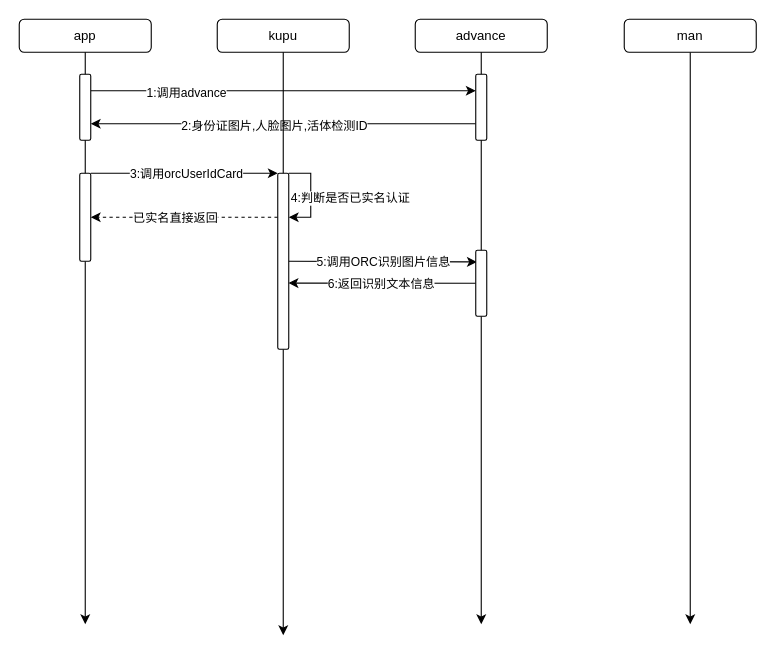
The draw.io diagram Untitled Diagram.drawio in jarcn/pic, before the edit. Source tidied: cells renumbered, new cells numbered last; positions are measured from the earlier drawing's top-left corner, leaving out a move shared by most shapes. Both pictures are drawn from the tidied source at 110%, with x=0, y=0 at pixel (19, 19).
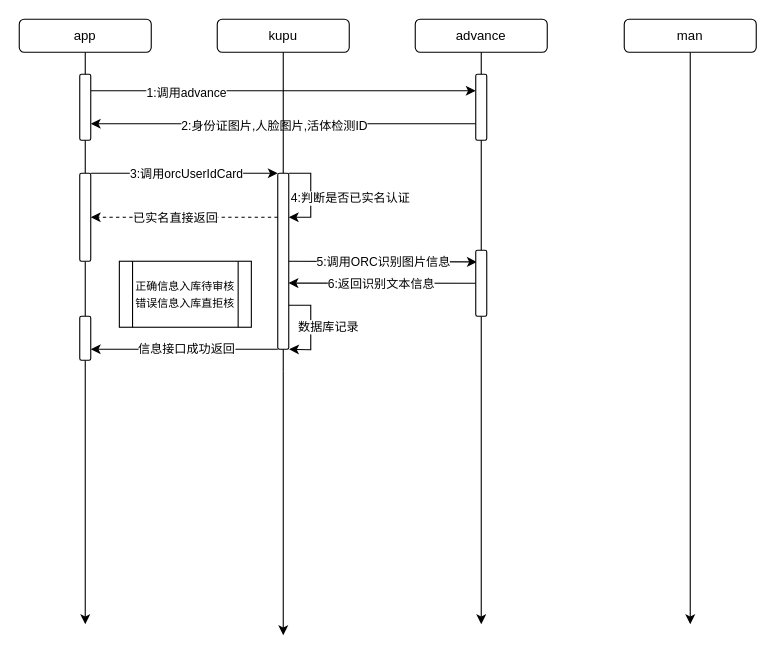
After the change.

Change to the diagram source:
```diff
@@
+    <mxCell id="34" style="rounded=0;jettySize=auto;html=1;exitX=0;exitY=1;exitDx=0;exitDy=0;entryX=1;entryY=0.75;entryDx=0;entryDy=0;" parent="1" edge="1" source="26" target="38">
+      <mxGeometry relative="1" as="geometry" />
+    </mxCell>
+    <mxCell id="35" value="信息接口成功返回" style="edgeLabel;html=1;align=center;verticalAlign=middle;" parent="34" vertex="1">
+      <mxGeometry x="0.16" relative="1" as="geometry">
+        <mxPoint x="15" as="offset" />
+      </mxGeometry>
+    </mxCell>
+    <mxCell id="26" style="rounded=1;whiteSpace=wrap;html=1;shadow=0;" parent="1" vertex="1">
+      <mxGeometry x="235" y="140" width="10" height="160" as="geometry" />
+    </mxCell>
-    <mxCell id="2" style="edgeStyle=orthogonalEdgeStyle;rounded=0;jettySize=auto;html=1;exitX=0.5;exitY=1;exitDx=0;exitDy=0;startArrow=none;" parent="1" edge="1" source="20">
+    <mxCell id="2" style="edgeStyle=orthogonalEdgeStyle;rounded=0;jettySize=auto;html=1;exitX=0.5;exitY=1;exitDx=0;exitDy=0;startArrow=none;" parent="1" edge="1" source="38">
       <mxGeometry relative="1" as="geometry">
         <mxPoint x="60" y="550" as="targetPoint" />
       </mxGeometry>
     </mxCell>
@@
-    <mxCell id="4" style="edgeStyle=orthogonalEdgeStyle;rounded=0;jettySize=auto;html=1;exitX=0.5;exitY=1;exitDx=0;exitDy=0;startArrow=none;" parent="1" edge="1" source="26">
+    <mxCell id="4" style="edgeStyle=orthogonalEdgeStyle;rounded=0;orthogonalLoop=1;jettySize=auto;html=1;startArrow=none;" parent="1" edge="1">
       <mxGeometry relative="1" as="geometry">
+        <mxPoint x="240" y="320" as="sourcePoint" />
         <mxPoint x="240" y="560" as="targetPoint" />
       </mxGeometry>
     </mxCell>
@@
-    <mxCell id="20" style="rounded=1;whiteSpace=wrap;html=1;" parent="1" vertex="1">
-      <mxGeometry x="55" y="140" width="10" height="80" as="geometry" />
-    </mxCell>
@@
-    <mxCell id="26" style="rounded=1;whiteSpace=wrap;html=1;" parent="1" vertex="1">
-      <mxGeometry x="235" y="140" width="10" height="160" as="geometry" />
-    </mxCell>
+    <mxCell id="36" value="数据库记录" style="edgeStyle=orthogonalEdgeStyle;rounded=0;jettySize=auto;html=1;exitX=1;exitY=0.75;exitDx=0;exitDy=0;" parent="1" edge="1" source="26">
+      <mxGeometry y="16" relative="1" as="geometry">
+        <mxPoint x="245.3" y="300" as="targetPoint" />
+      </mxGeometry>
+    </mxCell>
@@
+    <mxCell id="37" style="edgeStyle=orthogonalEdgeStyle;rounded=0;jettySize=auto;html=1;exitX=0.5;exitY=1;exitDx=0;exitDy=0;startArrow=none;endArrow=none;" parent="1" edge="1" source="20" target="38">
+      <mxGeometry relative="1" as="geometry" />
+    </mxCell>
+    <mxCell id="38" style="rounded=1;whiteSpace=wrap;html=1;" parent="1" vertex="1">
+      <mxGeometry x="55" y="270" width="10" height="40" as="geometry" />
+    </mxCell>
+    <mxCell id="20" style="rounded=1;whiteSpace=wrap;html=1;" parent="1" vertex="1">
+      <mxGeometry x="55" y="140" width="10" height="80" as="geometry" />
+    </mxCell>
+    <mxCell id="39" style="edgeStyle=orthogonalEdgeStyle;rounded=0;jettySize=auto;html=1;exitX=0.5;exitY=1;exitDx=0;exitDy=0;startArrow=none;endArrow=none;" parent="1" edge="1" source="26">
+      <mxGeometry relative="1" as="geometry">
+        <mxPoint x="240" y="320" as="targetPoint" />
+      </mxGeometry>
+    </mxCell>
+    <mxCell id="40" value="&lt;font style=&quot;font-size: 10px&quot;&gt;正确信息入库待审核&lt;br&gt;错误信息入库直拒核&lt;/font&gt;" style="shape=process;whiteSpace=wrap;html=1;backgroundOutline=1;shadow=0;" parent="1" vertex="1">
+      <mxGeometry x="91" y="220" width="120" height="60" as="geometry" />
+    </mxCell>
```
